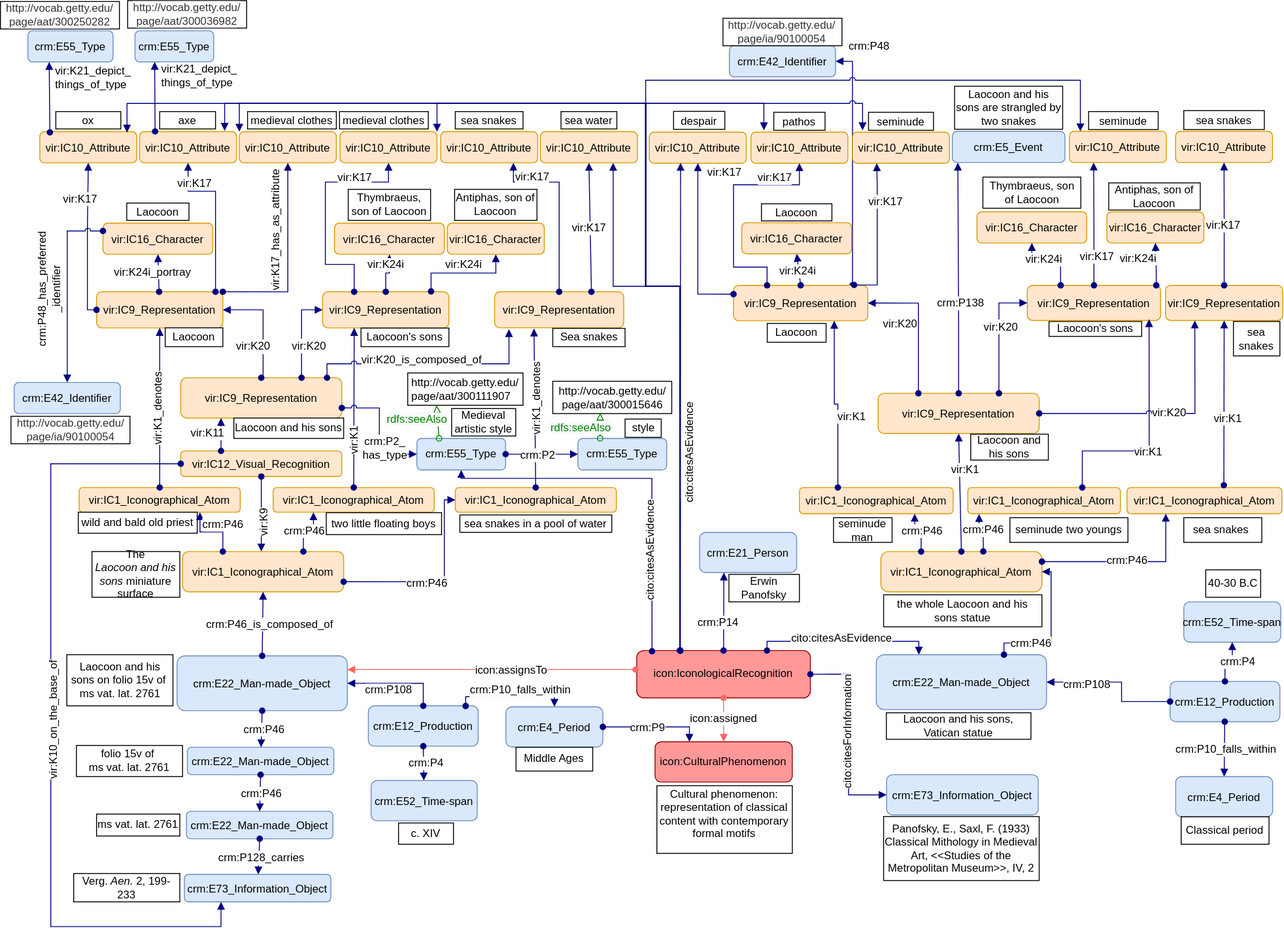
The draw.io diagram images/article_schemes_new/Laocoon-5.svg in SofiBar/Icon, before a commit. Source tidied: cells renumbered, new cells last; positions are measured from the earlier drawing's top-left corner, leaving out a move shared by most shapes.
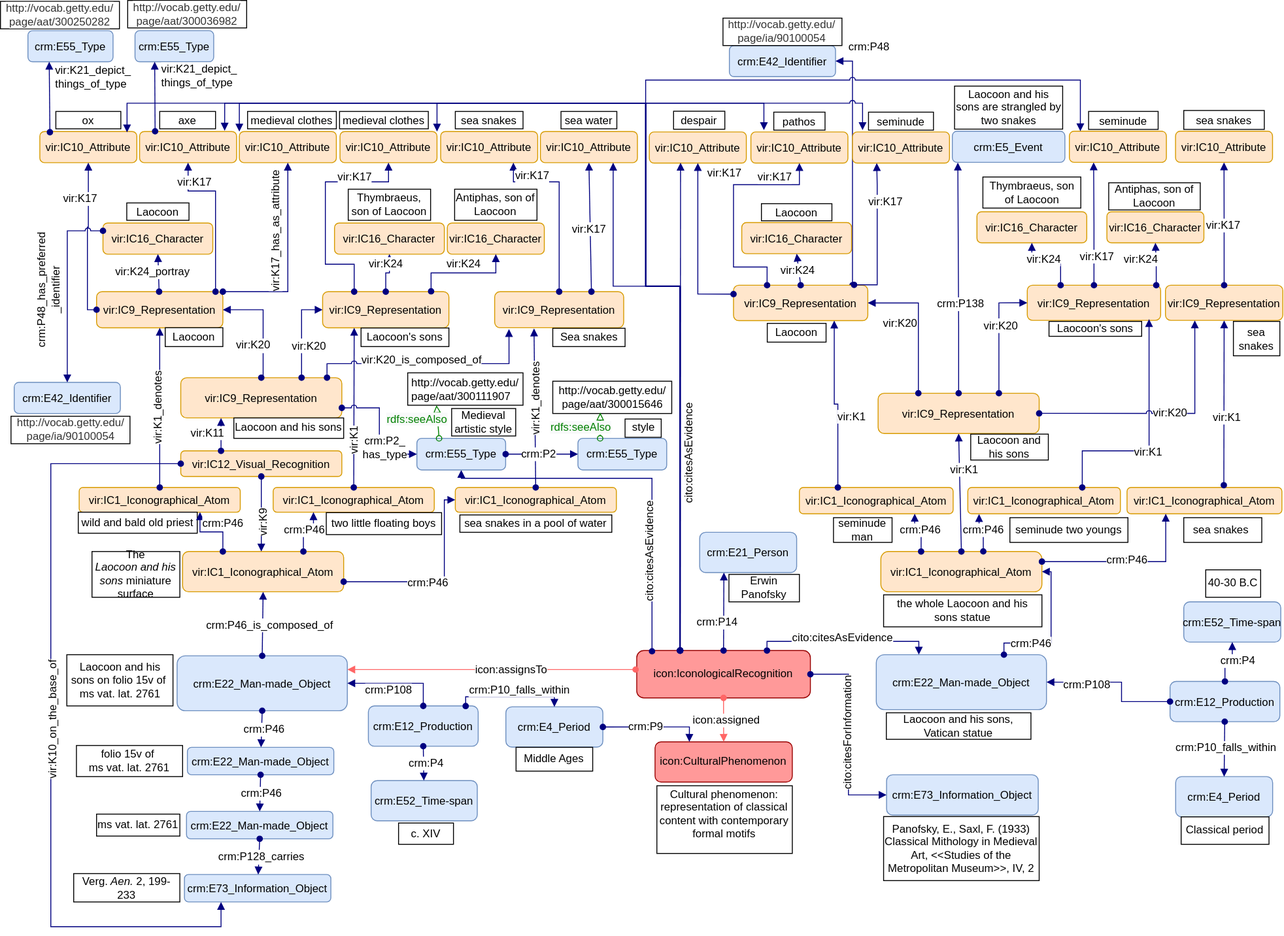
Above is the later version.

Change to the diagram source:
```diff
@@ -238,7 +238,7 @@
     <mxCell id="66" style="graphMlID=e0;rounded=0;endArrow=block;strokeColor=#000080;strokeWidth=1.0;startArrow=oval;startFill=1;endFill=1;entryX=0.5;entryY=1;entryDx=0;entryDy=0;fontFamily=Helvetica;fontSize=12;" parent="1" edge="1" source="29" target="58">
       <mxGeometry relative="1" as="geometry" />
     </mxCell>
-    <mxCell id="67" value="&lt;div style=&quot;text-align: left; font-size: 12px;&quot;&gt;vir:K24i_portray​&lt;br style=&quot;font-size: 12px;&quot;&gt;&lt;/div&gt;" style="text;html=1;align=center;verticalAlign=middle;labelBackgroundColor=#ffffff;fontFamily=Helvetica;fontSize=12;" parent="66" vertex="1">
+    <mxCell id="67" value="&lt;div style=&quot;text-align: left; font-size: 12px;&quot;&gt;vir:K24_portray​&lt;br style=&quot;font-size: 12px;&quot;&gt;&lt;/div&gt;" style="text;html=1;align=center;verticalAlign=middle;labelBackgroundColor=#ffffff;fontFamily=Helvetica;fontSize=12;" parent="66" vertex="1">
       <mxGeometry x="-0.02" y="2" relative="1" as="geometry">
         <mxPoint x="-5.5" y="-2" as="offset" />
       </mxGeometry>
@@ -297,7 +297,7 @@
     <mxCell id="80" style="graphMlID=e0;rounded=0;endArrow=block;strokeColor=#000080;strokeWidth=1.0;startArrow=oval;startFill=1;endFill=1;entryX=0.5;entryY=1;entryDx=0;entryDy=0;exitX=0.5;exitY=0;exitDx=0;exitDy=0;edgeStyle=orthogonalEdgeStyle;fontFamily=Helvetica;fontSize=12;" parent="1" edge="1" source="25" target="74">
       <mxGeometry relative="1" as="geometry" />
     </mxCell>
-    <mxCell id="81" value="&lt;span style=&quot;text-align: left; font-size: 12px;&quot;&gt;vir:K24i&lt;/span&gt;" style="text;html=1;align=center;verticalAlign=middle;labelBackgroundColor=#ffffff;fontFamily=Helvetica;fontSize=12;" parent="80" vertex="1">
+    <mxCell id="81" value="&lt;span style=&quot;text-align: left; font-size: 12px;&quot;&gt;vir:K24&lt;/span&gt;" style="text;html=1;align=center;verticalAlign=middle;labelBackgroundColor=#ffffff;fontFamily=Helvetica;fontSize=12;" parent="80" vertex="1">
       <mxGeometry x="-0.02" y="2" relative="1" as="geometry">
         <mxPoint x="-1.9" y="-8.1" as="offset" />
       </mxGeometry>
@@ -305,7 +305,7 @@
     <mxCell id="82" style="graphMlID=e0;rounded=0;endArrow=block;strokeColor=#000080;strokeWidth=1.0;startArrow=oval;startFill=1;endFill=1;entryX=0.5;entryY=1;entryDx=0;entryDy=0;exitX=0.859;exitY=-0.01;exitDx=0;exitDy=0;exitPerimeter=0;edgeStyle=orthogonalEdgeStyle;fontFamily=Helvetica;fontSize=12;" parent="1" edge="1" source="25" target="76">
       <mxGeometry relative="1" as="geometry" />
     </mxCell>
-    <mxCell id="83" value="&lt;span style=&quot;text-align: left; font-size: 12px;&quot;&gt;vir:K24i&lt;/span&gt;" style="text;html=1;align=center;verticalAlign=middle;labelBackgroundColor=#ffffff;fontFamily=Helvetica;fontSize=12;" parent="82" vertex="1">
+    <mxCell id="83" value="&lt;span style=&quot;text-align: left; font-size: 12px;&quot;&gt;vir:K24&lt;/span&gt;" style="text;html=1;align=center;verticalAlign=middle;labelBackgroundColor=#ffffff;fontFamily=Helvetica;fontSize=12;" parent="82" vertex="1">
       <mxGeometry x="-0.02" y="2" relative="1" as="geometry">
         <mxPoint y="-8.1" as="offset" />
       </mxGeometry>
@@ -539,7 +539,7 @@
     <mxCell id="141" style="graphMlID=e0;rounded=0;endArrow=block;strokeColor=#000080;strokeWidth=1.0;startArrow=oval;startFill=1;endFill=1;entryX=0.5;entryY=1;entryDx=0;entryDy=0;exitX=0.5;exitY=0;exitDx=0;exitDy=0;fontFamily=Helvetica;fontSize=12;" parent="1" edge="1" source="103" target="139">
       <mxGeometry relative="1" as="geometry" />
     </mxCell>
-    <mxCell id="142" value="&lt;span style=&quot;text-align: left; font-size: 12px;&quot;&gt;vir:K24i&lt;/span&gt;" style="text;html=1;align=center;verticalAlign=middle;labelBackgroundColor=#ffffff;fontFamily=Helvetica;fontSize=12;" parent="141" vertex="1">
+    <mxCell id="142" value="&lt;span style=&quot;text-align: left; font-size: 12px;&quot;&gt;vir:K24&lt;/span&gt;" style="text;html=1;align=center;verticalAlign=middle;labelBackgroundColor=#ffffff;fontFamily=Helvetica;fontSize=12;" parent="141" vertex="1">
       <mxGeometry x="-0.02" y="2" relative="1" as="geometry" />
     </mxCell>
     <mxCell id="143" style="graphMlID=e0;rounded=0;endArrow=block;strokeColor=#000080;strokeWidth=1.0;startArrow=oval;startFill=1;endFill=1;edgeStyle=orthogonalEdgeStyle;entryX=0.25;entryY=0;entryDx=0;entryDy=0;exitX=0.75;exitY=0;exitDx=0;exitDy=0;fontFamily=Helvetica;fontSize=12;" parent="1" edge="1" source="90" target="99">
@@ -594,7 +594,7 @@
     <mxCell id="155" style="graphMlID=e0;rounded=0;endArrow=block;strokeColor=#000080;strokeWidth=1.0;startArrow=oval;startFill=1;endFill=1;entryX=0.5;entryY=1;entryDx=0;entryDy=0;exitX=0.25;exitY=0;exitDx=0;exitDy=0;edgeStyle=orthogonalEdgeStyle;fontFamily=Helvetica;fontSize=12;" parent="1" edge="1" source="102" target="151">
       <mxGeometry relative="1" as="geometry" />
     </mxCell>
-    <mxCell id="156" value="&lt;span style=&quot;text-align: left; font-size: 12px;&quot;&gt;vir:K24i&lt;/span&gt;" style="text;html=1;align=center;verticalAlign=middle;labelBackgroundColor=#ffffff;fontFamily=Helvetica;fontSize=12;" parent="155" vertex="1">
+    <mxCell id="156" value="&lt;span style=&quot;text-align: left; font-size: 12px;&quot;&gt;vir:K24&lt;/span&gt;" style="text;html=1;align=center;verticalAlign=middle;labelBackgroundColor=#ffffff;fontFamily=Helvetica;fontSize=12;" parent="155" vertex="1">
       <mxGeometry x="-0.02" y="2" relative="1" as="geometry">
         <mxPoint x="-4.3" y="-8.1" as="offset" />
       </mxGeometry>
@@ -602,7 +602,7 @@
     <mxCell id="157" style="graphMlID=e0;rounded=0;endArrow=block;strokeColor=#000080;strokeWidth=1.0;startArrow=oval;startFill=1;endFill=1;entryX=0.5;entryY=1;entryDx=0;entryDy=0;exitX=0.967;exitY=0;exitDx=0;exitDy=0;exitPerimeter=0;edgeStyle=orthogonalEdgeStyle;fontFamily=Helvetica;fontSize=12;" parent="1" edge="1" source="102" target="153">
       <mxGeometry relative="1" as="geometry" />
     </mxCell>
-    <mxCell id="158" value="&lt;span style=&quot;text-align: left; font-size: 12px;&quot;&gt;vir:K24i&lt;/span&gt;" style="text;html=1;align=center;verticalAlign=middle;labelBackgroundColor=#ffffff;fontFamily=Helvetica;fontSize=12;" parent="157" vertex="1">
+    <mxCell id="158" value="&lt;span style=&quot;text-align: left; font-size: 12px;&quot;&gt;vir:K24&lt;/span&gt;" style="text;html=1;align=center;verticalAlign=middle;labelBackgroundColor=#ffffff;fontFamily=Helvetica;fontSize=12;" parent="157" vertex="1">
       <mxGeometry x="-0.02" y="2" relative="1" as="geometry">
         <mxPoint x="-18" y="-8.1" as="offset" />
       </mxGeometry>
```
